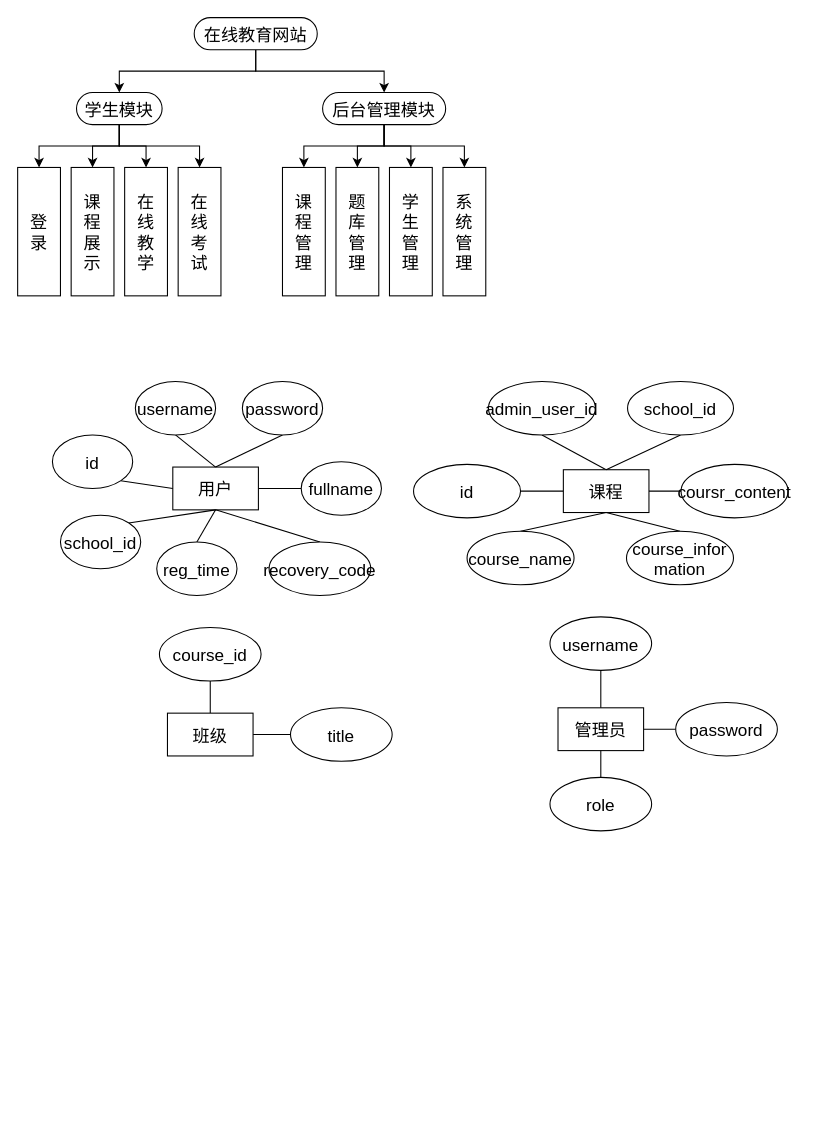
This is Untitled Diagram.drawio from FanhuaCloud/diagrams, a draw.io file, before an edit. Source tidied: cells renumbered, new cells numbered last; positions are measured from the earlier drawing's top-left corner, leaving out a move shared by most shapes. Both pictures are drawn from the tidied source at 107%, with x=0, y=0 at pixel (17, 17).
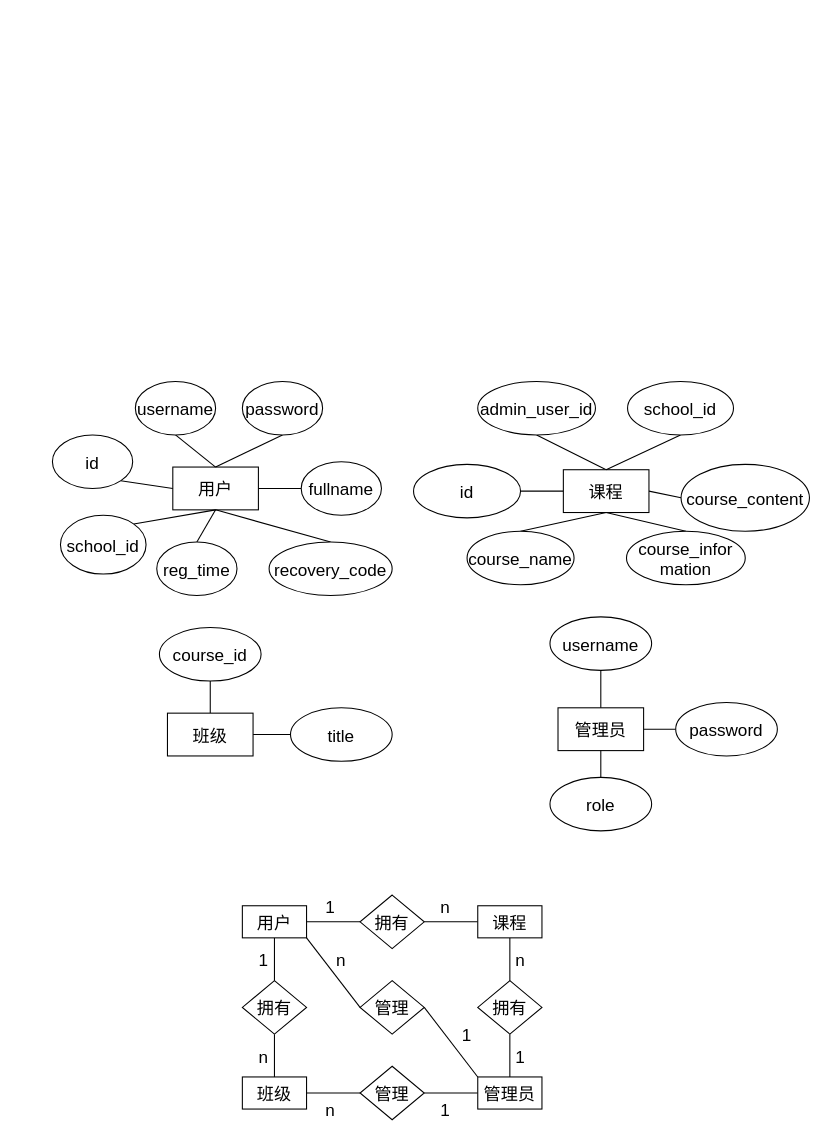
The same page after the edit.

The edit, as a diff of the source:
```diff
@@
-    <mxCell id="2" style="edgeStyle=orthogonalEdgeStyle;rounded=0;jettySize=auto;exitX=0.5;exitY=0.5;exitDx=0;exitDy=15;exitPerimeter=0;fontSize=16;fontFamily=宋体;" parent="1" edge="1" source="4" target="9">
-      <mxGeometry relative="1" as="geometry" />
-    </mxCell>
-    <mxCell id="3" style="edgeStyle=orthogonalEdgeStyle;rounded=0;jettySize=auto;exitX=0.5;exitY=0.5;exitDx=0;exitDy=15;exitPerimeter=0;fontSize=16;fontFamily=宋体;" parent="1" edge="1" source="4" target="14">
-      <mxGeometry relative="1" as="geometry" />
-    </mxCell>
-    <mxCell id="4" value="在线教育网站" style="dashed=0;whitespace=wrap;shape=mxgraph.dfd.start;fontSize=16;fontFamily=宋体;" parent="1" vertex="1">
-      <mxGeometry x="165" width="115" height="30" as="geometry" />
-    </mxCell>
-    <mxCell id="5" style="edgeStyle=orthogonalEdgeStyle;rounded=0;jettySize=auto;exitX=0.5;exitY=0.5;exitDx=0;exitDy=15;exitPerimeter=0;fontSize=16;fontFamily=宋体;" parent="1" edge="1" source="9" target="15">
-      <mxGeometry relative="1" as="geometry" />
-    </mxCell>
-    <mxCell id="6" style="edgeStyle=orthogonalEdgeStyle;rounded=0;jettySize=auto;exitX=0.5;exitY=0.5;exitDx=0;exitDy=15;exitPerimeter=0;fontSize=16;fontFamily=宋体;" parent="1" edge="1" source="9" target="16">
-      <mxGeometry relative="1" as="geometry" />
-    </mxCell>
-    <mxCell id="7" style="edgeStyle=orthogonalEdgeStyle;rounded=0;jettySize=auto;exitX=0.5;exitY=0.5;exitDx=0;exitDy=15;exitPerimeter=0;entryX=0.5;entryY=0;entryDx=0;entryDy=0;fontSize=16;fontFamily=宋体;" parent="1" edge="1" source="9" target="17">
-      <mxGeometry relative="1" as="geometry" />
-    </mxCell>
-    <mxCell id="8" style="edgeStyle=orthogonalEdgeStyle;rounded=0;jettySize=auto;exitX=0.5;exitY=0.5;exitDx=0;exitDy=15;exitPerimeter=0;entryX=0.5;entryY=0;entryDx=0;entryDy=0;fontSize=16;fontFamily=宋体;" parent="1" edge="1" source="9" target="18">
-      <mxGeometry relative="1" as="geometry" />
-    </mxCell>
-    <mxCell id="9" value="学生模块" style="dashed=0;whitespace=wrap;shape=mxgraph.dfd.start;fontSize=16;fontFamily=宋体;" parent="1" vertex="1">
-      <mxGeometry x="55" y="70" width="80" height="30" as="geometry" />
-    </mxCell>
-    <mxCell id="10" style="edgeStyle=orthogonalEdgeStyle;rounded=0;jettySize=auto;exitX=0.5;exitY=0.5;exitDx=0;exitDy=15;exitPerimeter=0;fontSize=16;fontFamily=宋体;" parent="1" edge="1" source="14" target="19">
-      <mxGeometry relative="1" as="geometry" />
-    </mxCell>
-    <mxCell id="11" style="edgeStyle=orthogonalEdgeStyle;rounded=0;jettySize=auto;exitX=0.5;exitY=0.5;exitDx=0;exitDy=15;exitPerimeter=0;fontSize=16;fontFamily=宋体;" parent="1" edge="1" source="14" target="20">
-      <mxGeometry relative="1" as="geometry" />
-    </mxCell>
-    <mxCell id="12" style="edgeStyle=orthogonalEdgeStyle;rounded=0;jettySize=auto;exitX=0.5;exitY=0.5;exitDx=0;exitDy=15;exitPerimeter=0;fontSize=16;fontFamily=宋体;" parent="1" edge="1" source="14" target="21">
-      <mxGeometry relative="1" as="geometry" />
-    </mxCell>
-    <mxCell id="13" style="edgeStyle=orthogonalEdgeStyle;rounded=0;jettySize=auto;exitX=0.5;exitY=0.5;exitDx=0;exitDy=15;exitPerimeter=0;fontSize=16;fontFamily=宋体;" parent="1" edge="1" source="14" target="22">
-      <mxGeometry relative="1" as="geometry" />
-    </mxCell>
-    <mxCell id="14" value="后台管理模块" style="dashed=0;whitespace=wrap;shape=mxgraph.dfd.start;fontSize=16;fontFamily=宋体;" parent="1" vertex="1">
-      <mxGeometry x="285" y="70" width="115" height="30" as="geometry" />
-    </mxCell>
-    <mxCell id="15" value="登&#10;录" style="rounded=0;horizontal=1;verticalAlign=middle;fontSize=16;fontFamily=宋体;" parent="1" vertex="1">
-      <mxGeometry y="140" width="40" height="120" as="geometry" />
-    </mxCell>
-    <mxCell id="16" value="课&#10;程&#10;展&#10;示" style="rounded=0;horizontal=1;verticalAlign=middle;fontSize=16;fontFamily=宋体;" parent="1" vertex="1">
-      <mxGeometry x="50" y="140" width="40" height="120" as="geometry" />
-    </mxCell>
-    <mxCell id="17" value="在&#10;线&#10;教&#10;学" style="rounded=0;horizontal=1;verticalAlign=middle;fontSize=16;fontFamily=宋体;" parent="1" vertex="1">
-      <mxGeometry x="100" y="140" width="40" height="120" as="geometry" />
-    </mxCell>
-    <mxCell id="18" value="在&#10;线&#10;考&#10;试" style="rounded=0;horizontal=1;verticalAlign=middle;flipH=0;fontSize=16;fontFamily=宋体;" parent="1" vertex="1">
-      <mxGeometry x="150" y="140" width="40" height="120" as="geometry" />
-    </mxCell>
-    <mxCell id="19" value="课&#10;程&#10;管&#10;理" style="rounded=0;horizontal=1;verticalAlign=middle;flipH=0;fontSize=16;fontFamily=宋体;" parent="1" vertex="1">
-      <mxGeometry x="247.5" y="140" width="40" height="120" as="geometry" />
-    </mxCell>
-    <mxCell id="20" value="题&#10;库&#10;管&#10;理" style="rounded=0;horizontal=1;verticalAlign=middle;flipH=0;fontSize=16;fontFamily=宋体;" parent="1" vertex="1">
-      <mxGeometry x="297.5" y="140" width="40" height="120" as="geometry" />
-    </mxCell>
-    <mxCell id="21" value="学&#10;生&#10;管&#10;理" style="rounded=0;horizontal=1;verticalAlign=middle;flipH=0;fontSize=16;fontFamily=宋体;" parent="1" vertex="1">
-      <mxGeometry x="347.5" y="140" width="40" height="120" as="geometry" />
-    </mxCell>
-    <mxCell id="22" value="系&#10;统&#10;管&#10;理" style="rounded=0;horizontal=1;verticalAlign=middle;flipH=0;fontSize=16;fontFamily=宋体;" parent="1" vertex="1">
-      <mxGeometry x="397.5" y="140" width="40" height="120" as="geometry" />
-    </mxCell>
@@
     <mxCell id="33" value="school_id" style="ellipse;fontSize=16;fontFamily=宋体;" parent="1" vertex="1">
-      <mxGeometry x="40" y="465" width="75" height="50" as="geometry" />
+      <mxGeometry x="40" y="465" width="80" height="55" as="geometry" />
     </mxCell>
@@
     <mxCell id="37" value="recovery_code" style="ellipse;fontSize=16;fontFamily=宋体;" parent="1" vertex="1">
-      <mxGeometry x="235" y="490" width="95" height="50" as="geometry" />
+      <mxGeometry x="235" y="490" width="115" height="50" as="geometry" />
     </mxCell>
@@
     <mxCell id="44" value="admin_user_id" style="ellipse;fontSize=16;rounded=0;labelBorderColor=none;labelBackgroundColor=none;fontFamily=宋体;" parent="1" vertex="1">
-      <mxGeometry x="440" y="340" width="100" height="50" as="geometry" />
+      <mxGeometry x="430" y="340" width="110" height="50" as="geometry" />
     </mxCell>
@@
     <mxCell id="47" value="course_infor&#10;mation" style="ellipse;fontSize=16;rounded=0;labelBorderColor=none;labelBackgroundColor=none;fontFamily=宋体;" parent="1" vertex="1">
-      <mxGeometry x="569" y="480" width="100" height="50" as="geometry" />
+      <mxGeometry x="569" y="480" width="111" height="50" as="geometry" />
     </mxCell>
-    <mxCell id="48" value="coursr_content" style="ellipse;fontSize=16;rounded=0;labelBorderColor=none;labelBackgroundColor=none;fontFamily=宋体;" parent="1" vertex="1">
-      <mxGeometry x="620" y="417.5" width="100" height="50" as="geometry" />
+    <mxCell id="48" value="course_content" style="ellipse;fontSize=16;rounded=0;labelBorderColor=none;labelBackgroundColor=none;fontFamily=宋体;" parent="1" vertex="1">
+      <mxGeometry x="620" y="417.5" width="120" height="62.5" as="geometry" />
     </mxCell>
@@
+    <mxCell id="63" style="edgeStyle=none;rounded=0;jettySize=auto;exitX=1;exitY=0.5;exitDx=0;exitDy=0;entryX=0;entryY=0;entryDx=0;entryDy=0;endArrow=none;endFill=0;fontFamily=宋体;fontSize=16;" parent="1" edge="1" source="64" target="81">
+      <mxGeometry relative="1" as="geometry" />
+    </mxCell>
+    <mxCell id="64" value="管理" style="shape=rhombus;dashed=0;whitespace=wrap;perimeter=rhombusPerimeter;fontFamily=宋体;fontSize=16;" parent="1" vertex="1">
+      <mxGeometry x="320" y="900" width="60" height="50" as="geometry" />
+    </mxCell>
+    <mxCell id="65" style="edgeStyle=none;rounded=0;jettySize=auto;exitX=1;exitY=0.5;exitDx=0;exitDy=0;endArrow=none;endFill=0;fontFamily=宋体;fontSize=16;" parent="1" edge="1" source="67" target="78">
+      <mxGeometry relative="1" as="geometry" />
+    </mxCell>
+    <mxCell id="66" style="edgeStyle=none;rounded=0;jettySize=auto;exitX=0;exitY=0.5;exitDx=0;exitDy=0;entryX=1;entryY=0.5;entryDx=0;entryDy=0;endArrow=none;endFill=0;fontFamily=宋体;fontSize=16;" parent="1" edge="1" source="67" target="77">
+      <mxGeometry relative="1" as="geometry" />
+    </mxCell>
+    <mxCell id="67" value="拥有" style="shape=rhombus;dashed=0;whitespace=wrap;perimeter=rhombusPerimeter;fontFamily=宋体;fontSize=16;" parent="1" vertex="1">
+      <mxGeometry x="320" y="820" width="60" height="50" as="geometry" />
+    </mxCell>
+    <mxCell id="68" style="edgeStyle=orthogonalEdgeStyle;rounded=0;jettySize=auto;exitX=0.5;exitY=1;exitDx=0;exitDy=0;entryX=0.5;entryY=0;entryDx=0;entryDy=0;endArrow=none;endFill=0;fontFamily=宋体;fontSize=16;" parent="1" edge="1" source="69" target="80">
+      <mxGeometry relative="1" as="geometry" />
+    </mxCell>
+    <mxCell id="69" value="拥有" style="shape=rhombus;dashed=0;whitespace=wrap;perimeter=rhombusPerimeter;fontFamily=宋体;fontSize=16;" parent="1" vertex="1">
+      <mxGeometry x="210" y="900" width="60" height="50" as="geometry" />
+    </mxCell>
+    <mxCell id="70" style="edgeStyle=none;rounded=0;jettySize=auto;exitX=1;exitY=0.5;exitDx=0;exitDy=0;entryX=0;entryY=0.5;entryDx=0;entryDy=0;endArrow=none;endFill=0;fontFamily=宋体;fontSize=16;" parent="1" edge="1" source="71" target="81">
+      <mxGeometry relative="1" as="geometry" />
+    </mxCell>
+    <mxCell id="71" value="管理" style="shape=rhombus;dashed=0;whitespace=wrap;perimeter=rhombusPerimeter;fontFamily=宋体;fontSize=16;" parent="1" vertex="1">
+      <mxGeometry x="320" y="980" width="60" height="50" as="geometry" />
+    </mxCell>
+    <mxCell id="72" style="edgeStyle=none;rounded=0;jettySize=auto;exitX=0.5;exitY=1;exitDx=0;exitDy=0;entryX=0.5;entryY=0;entryDx=0;entryDy=0;endArrow=none;endFill=0;fontFamily=宋体;fontSize=16;" parent="1" edge="1" source="74" target="81">
+      <mxGeometry relative="1" as="geometry" />
+    </mxCell>
+    <mxCell id="73" style="edgeStyle=none;rounded=0;jettySize=auto;exitX=0.5;exitY=0;exitDx=0;exitDy=0;endArrow=none;endFill=0;fontFamily=宋体;fontSize=16;" parent="1" edge="1" source="74" target="78">
+      <mxGeometry relative="1" as="geometry" />
+    </mxCell>
+    <mxCell id="74" value="拥有" style="shape=rhombus;dashed=0;whitespace=wrap;perimeter=rhombusPerimeter;fontFamily=宋体;fontSize=16;" parent="1" vertex="1">
+      <mxGeometry x="430" y="900" width="60" height="50" as="geometry" />
+    </mxCell>
+    <mxCell id="75" style="edgeStyle=orthogonalEdgeStyle;rounded=0;jettySize=auto;exitX=0.5;exitY=1;exitDx=0;exitDy=0;endArrow=none;endFill=0;fontFamily=宋体;fontSize=16;" parent="1" edge="1" source="77" target="69">
+      <mxGeometry relative="1" as="geometry" />
+    </mxCell>
+    <mxCell id="76" style="rounded=0;jettySize=auto;exitX=1;exitY=1;exitDx=0;exitDy=0;entryX=0;entryY=0.5;entryDx=0;entryDy=0;endArrow=none;endFill=0;fontFamily=宋体;fontSize=16;" parent="1" edge="1" source="77" target="64">
+      <mxGeometry relative="1" as="geometry" />
+    </mxCell>
+    <mxCell id="77" value="用户" style="dashed=0;whitespace=wrap;fontFamily=宋体;fontSize=16;" parent="1" vertex="1">
+      <mxGeometry x="210" y="830" width="60" height="30" as="geometry" />
+    </mxCell>
+    <mxCell id="78" value="课程" style="dashed=0;whitespace=wrap;fontFamily=宋体;fontSize=16;" parent="1" vertex="1">
+      <mxGeometry x="430" y="830" width="60" height="30" as="geometry" />
+    </mxCell>
+    <mxCell id="79" style="edgeStyle=none;rounded=0;jettySize=auto;exitX=1;exitY=0.5;exitDx=0;exitDy=0;entryX=0;entryY=0.5;entryDx=0;entryDy=0;endArrow=none;endFill=0;fontFamily=宋体;fontSize=16;" parent="1" edge="1" source="80" target="71">
+      <mxGeometry relative="1" as="geometry" />
+    </mxCell>
+    <mxCell id="80" value="班级" style="dashed=0;whitespace=wrap;fontFamily=宋体;fontSize=16;" parent="1" vertex="1">
+      <mxGeometry x="210" y="990" width="60" height="30" as="geometry" />
+    </mxCell>
+    <mxCell id="81" value="管理员" style="dashed=0;whitespace=wrap;fontFamily=宋体;fontSize=16;" parent="1" vertex="1">
+      <mxGeometry x="430" y="990" width="60" height="30" as="geometry" />
+    </mxCell>
+    <mxCell id="82" value="1" style="text;align=center;verticalAlign=middle;fillColor=none;strokeColor=none;rounded=0;fontFamily=宋体;fontSize=16;" parent="1" vertex="1">
+      <mxGeometry x="460" y="960" width="20" height="20" as="geometry" />
+    </mxCell>
+    <mxCell id="83" value="n" style="text;align=center;verticalAlign=middle;fillColor=none;strokeColor=none;rounded=0;fontFamily=宋体;fontSize=16;" parent="1" vertex="1">
+      <mxGeometry x="460" y="870" width="20" height="20" as="geometry" />
+    </mxCell>
+    <mxCell id="84" value="n" style="text;align=center;verticalAlign=middle;fillColor=none;strokeColor=none;rounded=0;fontFamily=宋体;fontSize=16;" parent="1" vertex="1">
+      <mxGeometry x="292.5" y="870" width="20" height="20" as="geometry" />
+    </mxCell>
+    <mxCell id="85" value="n" style="text;align=center;verticalAlign=middle;fillColor=none;strokeColor=none;rounded=0;fontFamily=宋体;fontSize=16;" parent="1" vertex="1">
+      <mxGeometry x="282.5" y="1010" width="20" height="20" as="geometry" />
+    </mxCell>
+    <mxCell id="86" value="n" style="text;align=center;verticalAlign=middle;fillColor=none;strokeColor=none;rounded=0;fontFamily=宋体;fontSize=16;" parent="1" vertex="1">
+      <mxGeometry x="220" y="960" width="20" height="20" as="geometry" />
+    </mxCell>
+    <mxCell id="87" value="n" style="text;align=center;verticalAlign=middle;fillColor=none;strokeColor=none;rounded=0;fontFamily=宋体;fontSize=16;" parent="1" vertex="1">
+      <mxGeometry x="390" y="820" width="20" height="20" as="geometry" />
+    </mxCell>
+    <mxCell id="88" value="1" style="text;align=center;verticalAlign=middle;fillColor=none;strokeColor=none;rounded=0;fontFamily=宋体;fontSize=16;" parent="1" vertex="1">
+      <mxGeometry x="410" y="940" width="20" height="20" as="geometry" />
+    </mxCell>
+    <mxCell id="89" value="1" style="text;align=center;verticalAlign=middle;fillColor=none;strokeColor=none;rounded=0;fontFamily=宋体;fontSize=16;" parent="1" vertex="1">
+      <mxGeometry x="390" y="1010" width="20" height="20" as="geometry" />
+    </mxCell>
+    <mxCell id="90" value="1" style="text;align=center;verticalAlign=middle;fillColor=none;strokeColor=none;rounded=0;fontFamily=宋体;fontSize=16;" parent="1" vertex="1">
+      <mxGeometry x="220" y="870" width="20" height="20" as="geometry" />
+    </mxCell>
+    <mxCell id="91" value="1" style="text;align=center;verticalAlign=middle;fillColor=none;strokeColor=none;rounded=0;fontFamily=宋体;fontSize=16;" parent="1" vertex="1">
+      <mxGeometry x="282.5" y="820" width="20" height="20" as="geometry" />
+    </mxCell>
```
